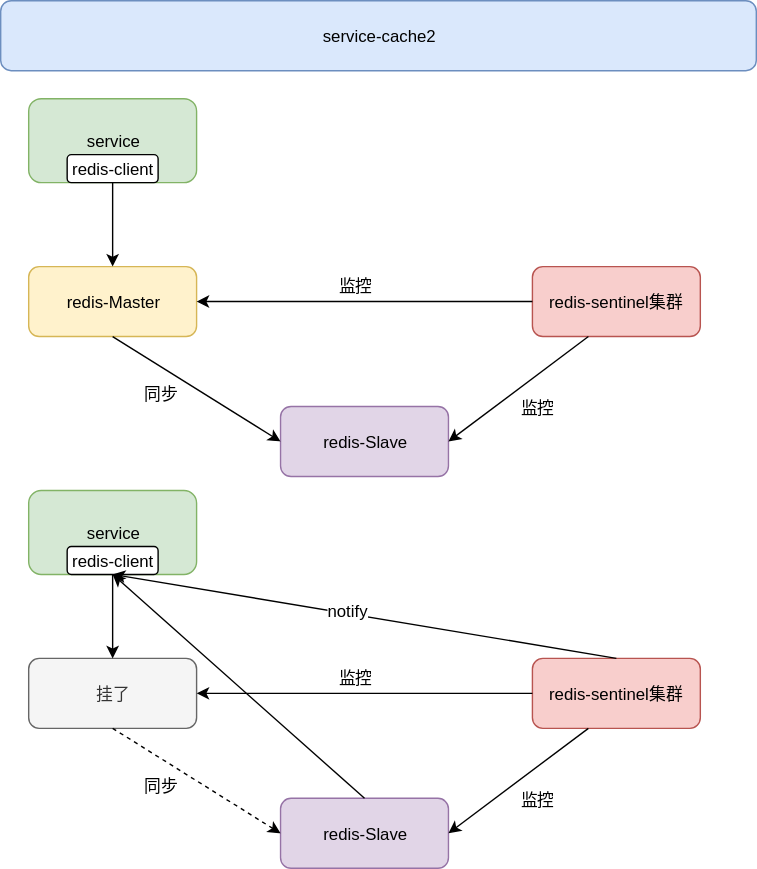
cd-home/Root keeps this draw.io diagram as 19-基础设施/00-网关/00-Nginx/images/service-cache2.svg. Above is the earlier version. Source tidied: cells renumbered, new cells last; positions are measured from the earlier drawing's top-left corner, leaving out a move shared by most shapes. Source of this version:
```xml
<mxGraphModel>
  <root>
    <mxCell id="0" />
    <mxCell id="1" parent="0" />
    <mxCell id="2" value="service-cache2" style="rounded=1;whiteSpace=wrap;html=1;fillColor=#dae8fc;strokeColor=#6c8ebf;" parent="1" vertex="1">
      <mxGeometry width="540" height="50" as="geometry" />
    </mxCell>
    <mxCell id="3" value="service" style="rounded=1;whiteSpace=wrap;html=1;fillColor=#d5e8d4;strokeColor=#82b366;" parent="1" vertex="1">
      <mxGeometry x="20" y="70" width="120" height="60" as="geometry" />
    </mxCell>
    <mxCell id="4" value="redis-sentinel集群" style="rounded=1;whiteSpace=wrap;html=1;fillColor=#f8cecc;strokeColor=#b85450;" parent="1" vertex="1">
      <mxGeometry x="380" y="190" width="120" height="50" as="geometry" />
    </mxCell>
    <mxCell id="5" value="redis-Master" style="rounded=1;whiteSpace=wrap;html=1;fillColor=#fff2cc;strokeColor=#d6b656;" parent="1" vertex="1">
      <mxGeometry x="20" y="190" width="120" height="50" as="geometry" />
    </mxCell>
    <mxCell id="6" value="redis-Slave" style="rounded=1;whiteSpace=wrap;html=1;fillColor=#e1d5e7;strokeColor=#9673a6;" parent="1" vertex="1">
      <mxGeometry x="200" y="290" width="120" height="50" as="geometry" />
    </mxCell>
    <mxCell id="7" style="endArrow=classic;html=1;exitX=0.5;exitY=1;exitDx=0;exitDy=0;entryX=0.5;entryY=0;entryDx=0;entryDy=0;" parent="1" edge="1" source="3" target="5">
      <mxGeometry relative="1" as="geometry" />
    </mxCell>
    <mxCell id="8" value="redis-client" style="rounded=1;whiteSpace=wrap;html=1;" parent="1" vertex="1">
      <mxGeometry x="47.5" y="110" width="65" height="20" as="geometry" />
    </mxCell>
    <mxCell id="9" style="endArrow=classic;html=1;exitX=0.5;exitY=1;exitDx=0;exitDy=0;entryX=0;entryY=0.5;entryDx=0;entryDy=0;" parent="1" edge="1" source="5" target="6">
      <mxGeometry relative="1" as="geometry" />
    </mxCell>
    <mxCell id="10" value="同步" style="text;html=1;align=left;verticalAlign=top;spacingTop=-4;" parent="1" vertex="1">
      <mxGeometry x="101" y="272" width="40" height="20" as="geometry" />
    </mxCell>
    <mxCell id="11" style="endArrow=classic;html=1;exitX=0;exitY=0.5;exitDx=0;exitDy=0;entryX=1;entryY=0.5;entryDx=0;entryDy=0;" parent="1" edge="1" source="4" target="5">
      <mxGeometry relative="1" as="geometry" />
    </mxCell>
    <mxCell id="12" style="endArrow=classic;html=1;exitX=0.5;exitY=1;exitDx=0;exitDy=0;entryX=1;entryY=0.5;entryDx=0;entryDy=0;" parent="1" edge="1" target="6">
      <mxGeometry relative="1" as="geometry">
        <mxPoint x="420" y="240" as="sourcePoint" />
      </mxGeometry>
    </mxCell>
    <mxCell id="13" value="监控" style="text;html=1;align=left;verticalAlign=top;spacingTop=-4;" parent="1" vertex="1">
      <mxGeometry x="240" y="195" width="40" height="20" as="geometry" />
    </mxCell>
    <mxCell id="14" value="监控" style="text;html=1;align=left;verticalAlign=top;spacingTop=-4;" parent="1" vertex="1">
      <mxGeometry x="370" y="282" width="40" height="20" as="geometry" />
    </mxCell>
    <mxCell id="15" value="service" style="rounded=1;whiteSpace=wrap;html=1;fillColor=#d5e8d4;strokeColor=#82b366;" parent="1" vertex="1">
      <mxGeometry x="20" y="350" width="120" height="60" as="geometry" />
    </mxCell>
    <mxCell id="16" value="redis-sentinel集群" style="rounded=1;whiteSpace=wrap;html=1;fillColor=#f8cecc;strokeColor=#b85450;" parent="1" vertex="1">
      <mxGeometry x="380" y="470" width="120" height="50" as="geometry" />
    </mxCell>
    <mxCell id="17" value="挂了" style="rounded=1;whiteSpace=wrap;html=1;fillColor=#f5f5f5;strokeColor=#666666;fontColor=#333333;" parent="1" vertex="1">
      <mxGeometry x="20" y="470" width="120" height="50" as="geometry" />
    </mxCell>
    <mxCell id="18" value="redis-Slave" style="rounded=1;whiteSpace=wrap;html=1;fillColor=#e1d5e7;strokeColor=#9673a6;" parent="1" vertex="1">
      <mxGeometry x="200" y="570" width="120" height="50" as="geometry" />
    </mxCell>
    <mxCell id="19" style="endArrow=classic;html=1;exitX=0.5;exitY=1;exitDx=0;exitDy=0;entryX=0.5;entryY=0;entryDx=0;entryDy=0;" parent="1" edge="1" source="15" target="17">
      <mxGeometry relative="1" as="geometry" />
    </mxCell>
    <mxCell id="20" value="redis-client" style="rounded=1;whiteSpace=wrap;html=1;" parent="1" vertex="1">
      <mxGeometry x="47.5" y="390" width="65" height="20" as="geometry" />
    </mxCell>
    <mxCell id="21" style="endArrow=classic;html=1;exitX=0.5;exitY=1;exitDx=0;exitDy=0;entryX=0;entryY=0.5;entryDx=0;entryDy=0;dashed=1;" parent="1" edge="1" source="17" target="18">
      <mxGeometry relative="1" as="geometry" />
    </mxCell>
    <mxCell id="22" value="同步" style="text;html=1;align=left;verticalAlign=top;spacingTop=-4;" parent="1" vertex="1">
      <mxGeometry x="101" y="552" width="40" height="20" as="geometry" />
    </mxCell>
    <mxCell id="23" style="endArrow=classic;html=1;exitX=0;exitY=0.5;exitDx=0;exitDy=0;entryX=1;entryY=0.5;entryDx=0;entryDy=0;" parent="1" edge="1" source="16" target="17">
      <mxGeometry relative="1" as="geometry" />
    </mxCell>
    <mxCell id="24" style="endArrow=classic;html=1;exitX=0.5;exitY=1;exitDx=0;exitDy=0;entryX=1;entryY=0.5;entryDx=0;entryDy=0;" parent="1" edge="1" target="18">
      <mxGeometry relative="1" as="geometry">
        <mxPoint x="420" y="520" as="sourcePoint" />
      </mxGeometry>
    </mxCell>
    <mxCell id="25" value="监控" style="text;html=1;align=left;verticalAlign=top;spacingTop=-4;" parent="1" vertex="1">
      <mxGeometry x="240" y="475" width="40" height="20" as="geometry" />
    </mxCell>
    <mxCell id="26" value="监控" style="text;html=1;align=left;verticalAlign=top;spacingTop=-4;" parent="1" vertex="1">
      <mxGeometry x="370" y="562" width="40" height="20" as="geometry" />
    </mxCell>
    <mxCell id="27" style="endArrow=classic;html=1;exitX=0.5;exitY=0;exitDx=0;exitDy=0;" parent="1" edge="1" source="18">
      <mxGeometry relative="1" as="geometry">
        <mxPoint x="80" y="410" as="targetPoint" />
      </mxGeometry>
    </mxCell>
    <mxCell id="28" style="endArrow=classic;html=1;exitX=0.5;exitY=0;exitDx=0;exitDy=0;entryX=0.5;entryY=1;entryDx=0;entryDy=0;" parent="1" edge="1" source="16" target="20">
      <mxGeometry relative="1" as="geometry" />
    </mxCell>
    <mxCell id="29" value="notify" style="text;html=1;align=center;verticalAlign=middle;labelBackgroundColor=#ffffff;" parent="28" vertex="1">
      <mxGeometry x="0.07" y="-2" relative="1" as="geometry" />
    </mxCell>
  </root>
</mxGraphModel>
```
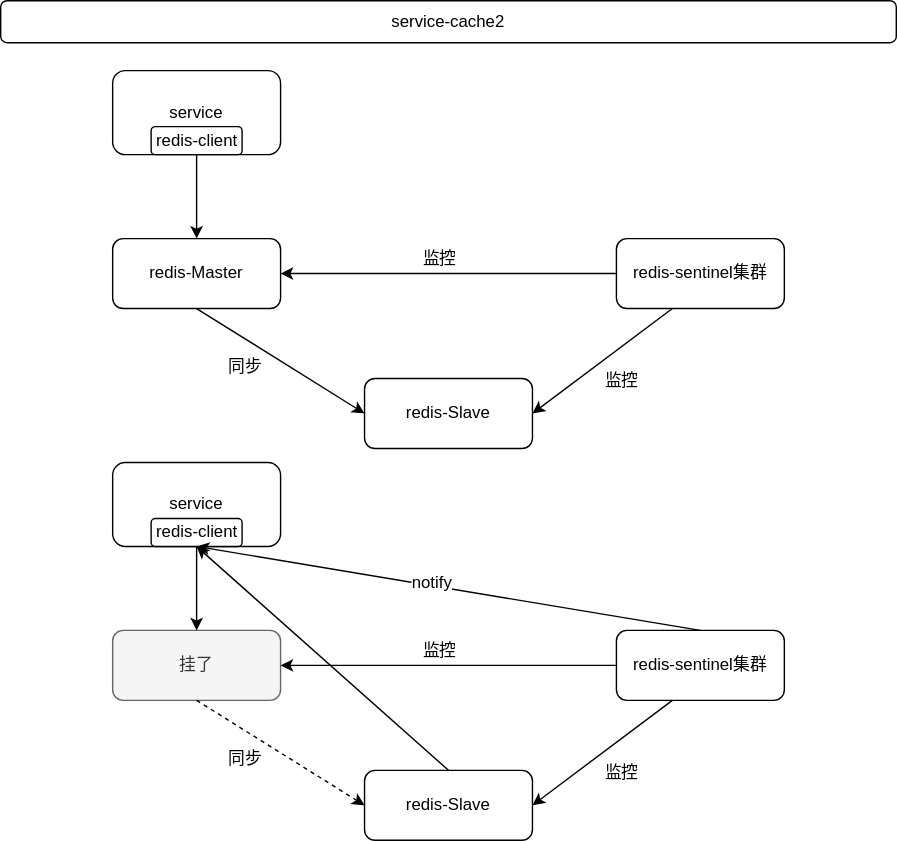
The same diagram one commit later.

What changed in the source:
```diff
@@ -2,19 +2,19 @@
   <root>
     <mxCell id="0" />
     <mxCell id="1" parent="0" />
-    <mxCell id="2" value="service-cache2" style="rounded=1;whiteSpace=wrap;html=1;fillColor=#dae8fc;strokeColor=#6c8ebf;" parent="1" vertex="1">
-      <mxGeometry width="540" height="50" as="geometry" />
+    <mxCell id="2" value="service-cache2" style="rounded=1;whiteSpace=wrap;html=1;" parent="1" vertex="1">
+      <mxGeometry x="-60" y="20" width="640" height="30" as="geometry" />
     </mxCell>
-    <mxCell id="3" value="service" style="rounded=1;whiteSpace=wrap;html=1;fillColor=#d5e8d4;strokeColor=#82b366;" parent="1" vertex="1">
+    <mxCell id="3" value="service" style="rounded=1;whiteSpace=wrap;html=1;" parent="1" vertex="1">
       <mxGeometry x="20" y="70" width="120" height="60" as="geometry" />
     </mxCell>
-    <mxCell id="4" value="redis-sentinel集群" style="rounded=1;whiteSpace=wrap;html=1;fillColor=#f8cecc;strokeColor=#b85450;" parent="1" vertex="1">
+    <mxCell id="4" value="redis-sentinel集群" style="rounded=1;whiteSpace=wrap;html=1;" parent="1" vertex="1">
       <mxGeometry x="380" y="190" width="120" height="50" as="geometry" />
     </mxCell>
-    <mxCell id="5" value="redis-Master" style="rounded=1;whiteSpace=wrap;html=1;fillColor=#fff2cc;strokeColor=#d6b656;" parent="1" vertex="1">
+    <mxCell id="5" value="redis-Master" style="rounded=1;whiteSpace=wrap;html=1;" parent="1" vertex="1">
       <mxGeometry x="20" y="190" width="120" height="50" as="geometry" />
     </mxCell>
-    <mxCell id="6" value="redis-Slave" style="rounded=1;whiteSpace=wrap;html=1;fillColor=#e1d5e7;strokeColor=#9673a6;" parent="1" vertex="1">
+    <mxCell id="6" value="redis-Slave" style="rounded=1;whiteSpace=wrap;html=1;" parent="1" vertex="1">
       <mxGeometry x="200" y="290" width="120" height="50" as="geometry" />
     </mxCell>
     <mxCell id="7" style="endArrow=classic;html=1;exitX=0.5;exitY=1;exitDx=0;exitDy=0;entryX=0.5;entryY=0;entryDx=0;entryDy=0;" parent="1" edge="1" source="3" target="5">
@@ -43,16 +43,16 @@
     <mxCell id="14" value="监控" style="text;html=1;align=left;verticalAlign=top;spacingTop=-4;" parent="1" vertex="1">
       <mxGeometry x="370" y="282" width="40" height="20" as="geometry" />
     </mxCell>
-    <mxCell id="15" value="service" style="rounded=1;whiteSpace=wrap;html=1;fillColor=#d5e8d4;strokeColor=#82b366;" parent="1" vertex="1">
+    <mxCell id="15" value="service" style="rounded=1;whiteSpace=wrap;html=1;" parent="1" vertex="1">
       <mxGeometry x="20" y="350" width="120" height="60" as="geometry" />
     </mxCell>
-    <mxCell id="16" value="redis-sentinel集群" style="rounded=1;whiteSpace=wrap;html=1;fillColor=#f8cecc;strokeColor=#b85450;" parent="1" vertex="1">
+    <mxCell id="16" value="redis-sentinel集群" style="rounded=1;whiteSpace=wrap;html=1;" parent="1" vertex="1">
       <mxGeometry x="380" y="470" width="120" height="50" as="geometry" />
     </mxCell>
     <mxCell id="17" value="挂了" style="rounded=1;whiteSpace=wrap;html=1;fillColor=#f5f5f5;strokeColor=#666666;fontColor=#333333;" parent="1" vertex="1">
       <mxGeometry x="20" y="470" width="120" height="50" as="geometry" />
     </mxCell>
-    <mxCell id="18" value="redis-Slave" style="rounded=1;whiteSpace=wrap;html=1;fillColor=#e1d5e7;strokeColor=#9673a6;" parent="1" vertex="1">
+    <mxCell id="18" value="redis-Slave" style="rounded=1;whiteSpace=wrap;html=1;" parent="1" vertex="1">
       <mxGeometry x="200" y="570" width="120" height="50" as="geometry" />
     </mxCell>
     <mxCell id="19" style="endArrow=classic;html=1;exitX=0.5;exitY=1;exitDx=0;exitDy=0;entryX=0.5;entryY=0;entryDx=0;entryDy=0;" parent="1" edge="1" source="15" target="17">
```
